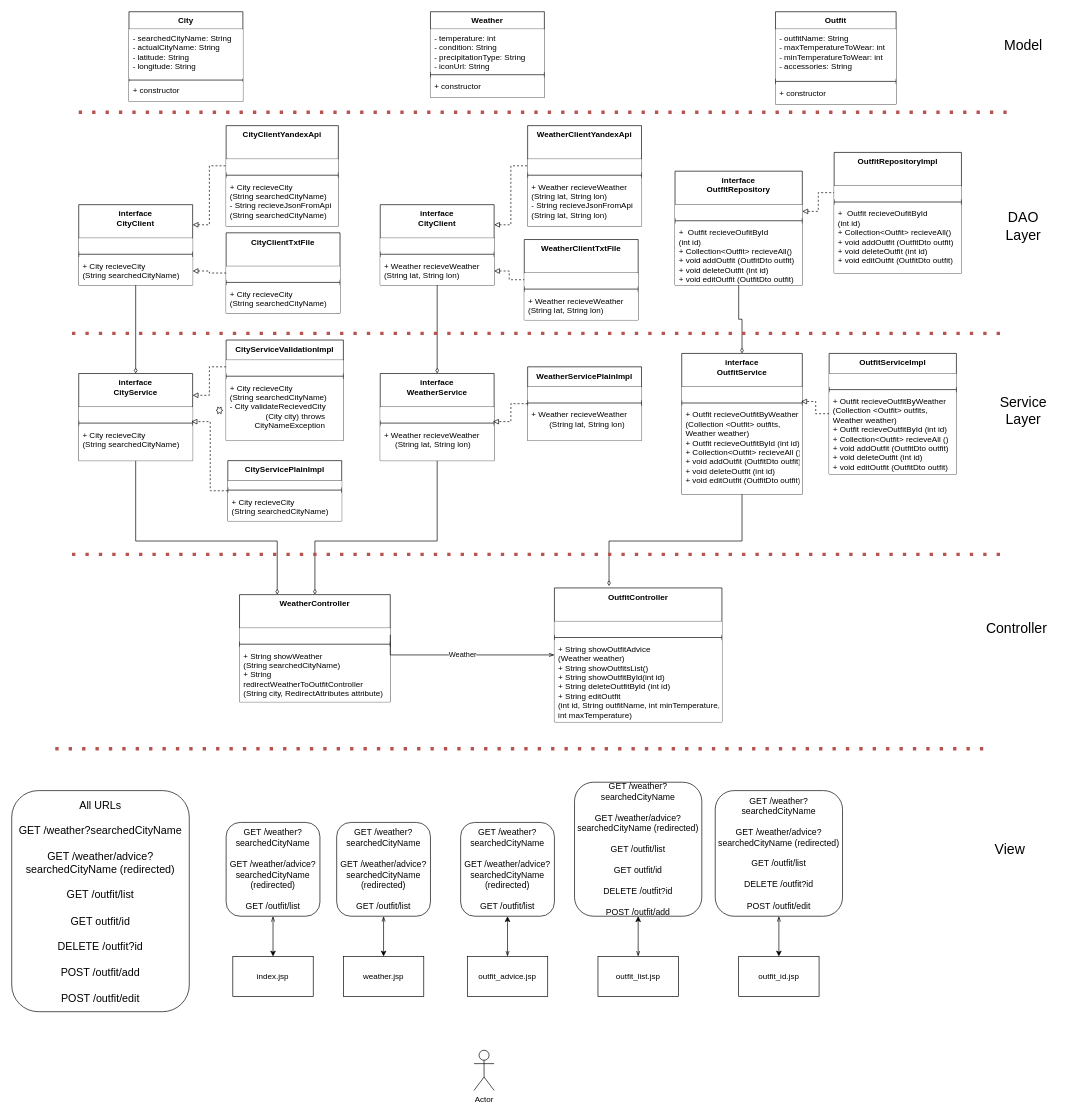
Earlier version of the draw.io diagram AppArchitecture.drawio (margarita-sk/JavaTheoreticalKnowledge). Source tidied: cells renumbered, new cells numbered last; positions are measured from the earlier drawing's top-left corner, leaving out a move shared by most shapes. Both pictures are drawn from the tidied source at 67%, with x=0, y=0 at pixel (11, 11).
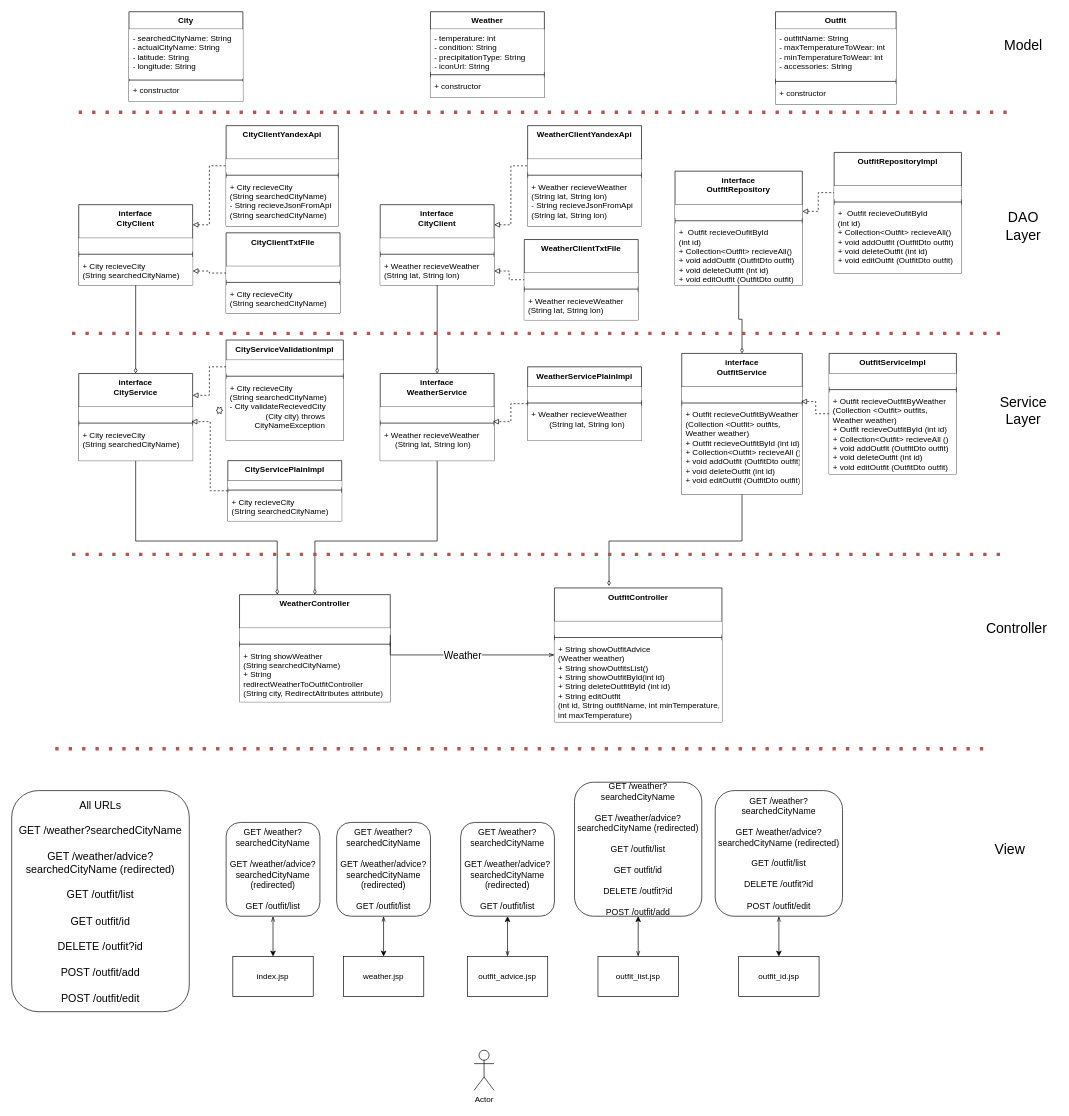
The same page after the edit.

Unchanged cells that the change refers to:
```xml
<mxCell id="27" style="text;strokeColor=none;align=left;verticalAlign=top;spacingLeft=4;spacingRight=4;overflow=hidden;points=[[0,0.5],[1,0.5]];portConstraint=eastwest;fillColor=#ffffff;" parent="26" vertex="1">
  <mxGeometry y="50" width="225" height="20" as="geometry" />
</mxCell>
<mxCell id="94" value="OutfitController" style="swimlane;fontStyle=1;align=center;verticalAlign=top;horizontal=1;startSize=50;fillColor=#FFFFFF;" parent="1" vertex="1">
  <mxGeometry x="810" y="860" width="250" height="200" as="geometry" />
</mxCell>
```

Diff of the diagram source:
```diff
@@
-    <mxCell id="114" value="Weather" style="edgeStyle=orthogonalEdgeStyle;rounded=0;sketch=0;jettySize=auto;html=1;exitX=1;exitY=0.5;exitDx=0;exitDy=0;startArrow=none;startFill=0;endArrow=openThin;endFill=0;entryX=0;entryY=0.5;entryDx=0;entryDy=0;" parent="1" edge="1" source="27" target="94">
+    <mxCell id="114" value="&lt;font style=&quot;font-size: 15px&quot;&gt;Weather&lt;/font&gt;" style="edgeStyle=orthogonalEdgeStyle;rounded=0;sketch=0;jettySize=auto;html=1;exitX=1;exitY=0.5;exitDx=0;exitDy=0;startArrow=none;startFill=0;endArrow=openThin;endFill=0;entryX=0;entryY=0.5;entryDx=0;entryDy=0;" parent="1" edge="1" source="27" target="94">
       <mxGeometry relative="1" as="geometry">
         <Array as="points">
           <mxPoint x="565" y="960" />
         </Array>
       </mxGeometry>
     </mxCell>
```
